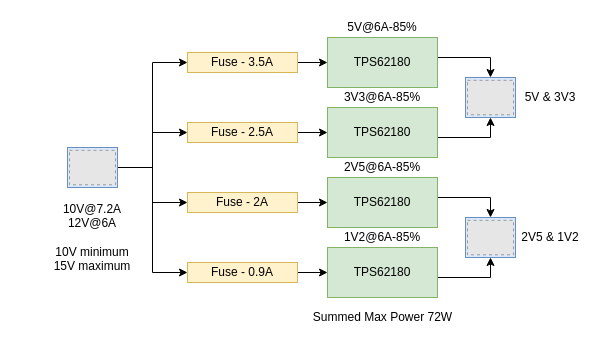
Above: Docs/blockdiagram.drawio in silardg/PowerModule (draw.io), before the change. Source tidied: cells renumbered, new cells numbered last; positions are measured from the earlier drawing's top-left corner, leaving out a move shared by most shapes. Both pictures are drawn from the tidied source at 100%, with x=0, y=0 at pixel (47, 17). Pictures stored in the file or linked from it are replaced by grey dashed boxes.
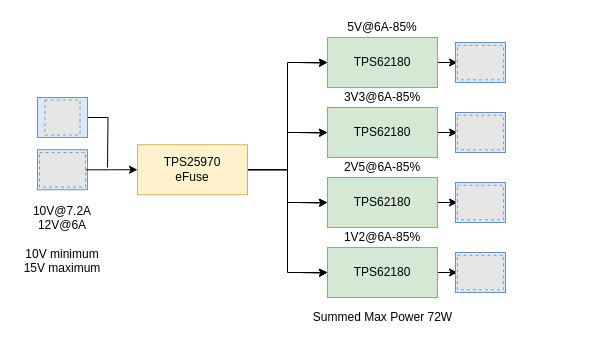
The same diagram, later.

Unchanged cells that the change refers to:
```xml
<mxCell id="3" value="TPS62180" style="rounded=0;whiteSpace=wrap;html=1;fillColor=#d5e8d4;strokeColor=#82b366;" parent="1" vertex="1">
  <mxGeometry x="280" y="20" width="110" height="50" as="geometry" />
</mxCell>
<mxCell id="8" value="TPS62180" style="rounded=0;whiteSpace=wrap;html=1;fillColor=#d5e8d4;strokeColor=#82b366;" parent="1" vertex="1">
  <mxGeometry x="280" y="90" width="110" height="50" as="geometry" />
</mxCell>
<mxCell id="13" value="TPS62180" style="rounded=0;whiteSpace=wrap;html=1;fillColor=#d5e8d4;strokeColor=#82b366;" parent="1" vertex="1">
  <mxGeometry x="280" y="160" width="110" height="50" as="geometry" />
</mxCell>
<mxCell id="18" value="TPS62180" style="rounded=0;whiteSpace=wrap;html=1;fillColor=#d5e8d4;strokeColor=#82b366;" parent="1" vertex="1">
  <mxGeometry x="280" y="230" width="110" height="50" as="geometry" />
</mxCell>
```

The edit, as a diff of the source:
```diff
@@
-    <mxCell id="2" style="edgeStyle=orthogonalEdgeStyle;rounded=0;jettySize=auto;html=1;exitX=1;exitY=0.5;exitDx=0;exitDy=0;entryX=0.5;entryY=0;entryDx=0;entryDy=0;" parent="1" edge="1" source="3" target="22">
-      <mxGeometry relative="1" as="geometry">
-        <Array as="points">
-          <mxPoint x="390" y="40" />
-          <mxPoint x="443" y="40" />
-        </Array>
-      </mxGeometry>
-    </mxCell>
+    <mxCell id="36" style="edgeStyle=orthogonalEdgeStyle;rounded=0;jettySize=auto;html=1;" parent="1" edge="1" source="3" target="23">
+      <mxGeometry relative="1" as="geometry" />
+    </mxCell>
@@
-    <mxCell id="4" style="edgeStyle=orthogonalEdgeStyle;rounded=0;jettySize=auto;html=1;" parent="1" edge="1" source="5" target="3">
-      <mxGeometry relative="1" as="geometry" />
+    <mxCell id="4" style="edgeStyle=orthogonalEdgeStyle;rounded=0;jettySize=auto;html=1;" parent="1" edge="1" target="3">
+      <mxGeometry relative="1" as="geometry">
+        <mxPoint x="250" y="45" as="sourcePoint" />
+      </mxGeometry>
     </mxCell>
-    <mxCell id="5" value="Fuse - 3.5A" style="rounded=0;whiteSpace=wrap;html=1;fillColor=#fff2cc;strokeColor=#d6b656;" parent="1" vertex="1">
-      <mxGeometry x="140" y="35" width="110" height="20" as="geometry" />
-    </mxCell>
@@
-    <mxCell id="7" style="edgeStyle=orthogonalEdgeStyle;rounded=0;jettySize=auto;html=1;exitX=1;exitY=0.5;exitDx=0;exitDy=0;entryX=0.5;entryY=1;entryDx=0;entryDy=0;" parent="1" edge="1" source="8" target="22">
-      <mxGeometry relative="1" as="geometry">
-        <Array as="points">
-          <mxPoint x="390" y="120" />
-          <mxPoint x="443" y="120" />
-        </Array>
-      </mxGeometry>
-    </mxCell>
+    <mxCell id="37" style="edgeStyle=orthogonalEdgeStyle;rounded=0;jettySize=auto;html=1;" parent="1" edge="1" source="8" target="42">
+      <mxGeometry relative="1" as="geometry" />
+    </mxCell>
@@
-    <mxCell id="9" style="edgeStyle=orthogonalEdgeStyle;rounded=0;jettySize=auto;html=1;" parent="1" edge="1" source="10" target="8">
-      <mxGeometry relative="1" as="geometry" />
+    <mxCell id="9" style="edgeStyle=orthogonalEdgeStyle;rounded=0;jettySize=auto;html=1;" parent="1" edge="1" target="8">
+      <mxGeometry relative="1" as="geometry">
+        <mxPoint x="250" y="115" as="sourcePoint" />
+      </mxGeometry>
     </mxCell>
-    <mxCell id="10" value="Fuse - 2.5A" style="rounded=0;whiteSpace=wrap;html=1;fillColor=#fff2cc;strokeColor=#d6b656;" parent="1" vertex="1">
-      <mxGeometry x="140" y="105" width="110" height="20" as="geometry" />
-    </mxCell>
@@
-    <mxCell id="12" style="edgeStyle=orthogonalEdgeStyle;rounded=0;jettySize=auto;html=1;exitX=1;exitY=0.5;exitDx=0;exitDy=0;entryX=0.5;entryY=0;entryDx=0;entryDy=0;" parent="1" edge="1" source="13" target="24">
-      <mxGeometry relative="1" as="geometry">
-        <Array as="points">
-          <mxPoint x="390" y="180" />
-          <mxPoint x="443" y="180" />
-        </Array>
-      </mxGeometry>
-    </mxCell>
+    <mxCell id="38" style="edgeStyle=orthogonalEdgeStyle;rounded=0;jettySize=auto;html=1;" parent="1" edge="1" source="13" target="44">
+      <mxGeometry relative="1" as="geometry" />
+    </mxCell>
@@
-    <mxCell id="14" style="edgeStyle=orthogonalEdgeStyle;rounded=0;jettySize=auto;html=1;" parent="1" edge="1" source="15" target="13">
-      <mxGeometry relative="1" as="geometry" />
+    <mxCell id="14" style="edgeStyle=orthogonalEdgeStyle;rounded=0;jettySize=auto;html=1;" parent="1" edge="1" target="13">
+      <mxGeometry relative="1" as="geometry">
+        <mxPoint x="250" y="185" as="sourcePoint" />
+      </mxGeometry>
     </mxCell>
-    <mxCell id="15" value="Fuse - 2A" style="rounded=0;whiteSpace=wrap;html=1;fillColor=#fff2cc;strokeColor=#d6b656;" parent="1" vertex="1">
-      <mxGeometry x="140" y="175" width="110" height="20" as="geometry" />
-    </mxCell>
@@
-    <mxCell id="17" style="edgeStyle=orthogonalEdgeStyle;rounded=0;jettySize=auto;html=1;exitX=1;exitY=0.5;exitDx=0;exitDy=0;entryX=0.5;entryY=1;entryDx=0;entryDy=0;" parent="1" edge="1" source="18" target="24">
-      <mxGeometry relative="1" as="geometry">
-        <Array as="points">
-          <mxPoint x="390" y="260" />
-          <mxPoint x="443" y="260" />
-        </Array>
-      </mxGeometry>
-    </mxCell>
+    <mxCell id="39" style="edgeStyle=orthogonalEdgeStyle;rounded=0;jettySize=auto;html=1;" parent="1" edge="1" source="18" target="46">
+      <mxGeometry relative="1" as="geometry" />
+    </mxCell>
@@
-    <mxCell id="19" style="edgeStyle=orthogonalEdgeStyle;rounded=0;jettySize=auto;html=1;" parent="1" edge="1" source="20" target="18">
-      <mxGeometry relative="1" as="geometry" />
+    <mxCell id="19" style="edgeStyle=orthogonalEdgeStyle;rounded=0;jettySize=auto;html=1;" parent="1" edge="1" target="18">
+      <mxGeometry relative="1" as="geometry">
+        <mxPoint x="250" y="255" as="sourcePoint" />
+      </mxGeometry>
     </mxCell>
-    <mxCell id="20" value="Fuse - 0.9A" style="rounded=0;whiteSpace=wrap;html=1;fillColor=#fff2cc;strokeColor=#d6b656;" parent="1" vertex="1">
-      <mxGeometry x="140" y="245" width="110" height="20" as="geometry" />
-    </mxCell>
@@
     <mxCell id="22" style="rounded=0;whiteSpace=wrap;html=1;fillColor=#dae8fc;strokeColor=#6c8ebf;" parent="1" vertex="1">
-      <mxGeometry x="418" y="60" width="50" height="40" as="geometry" />
+      <mxGeometry x="408" y="25" width="50" height="40" as="geometry" />
     </mxCell>
     <mxCell id="23" style="fillColor=#E6E6E6;strokeColor=#999999;dashed=1;verticalLabelPosition=bottom;labelBackgroundColor=default;verticalAlign=top;" parent="1" vertex="1">
-      <mxGeometry x="420" y="62.8" width="46" height="34.5" as="geometry" />
+      <mxGeometry x="410" y="27.8" width="46" height="34.5" as="geometry" />
     </mxCell>
-    <mxCell id="24" style="rounded=0;whiteSpace=wrap;html=1;fillColor=#dae8fc;strokeColor=#6c8ebf;" parent="1" vertex="1">
-      <mxGeometry x="418" y="200" width="50" height="40" as="geometry" />
-    </mxCell>
-    <mxCell id="25" style="fillColor=#E6E6E6;strokeColor=#999999;dashed=1;verticalLabelPosition=bottom;labelBackgroundColor=default;verticalAlign=top;" parent="1" vertex="1">
-      <mxGeometry x="420" y="202.8" width="46" height="34.5" as="geometry" />
-    </mxCell>
@@
     <mxCell id="27" value="10V@7.2A&lt;br&gt;12V@6A&lt;br&gt;&lt;br&gt;10V minimum&lt;br style=&quot;border-color: var(--border-color);&quot;&gt;15V maximum" style="text;html=1;strokeColor=none;fillColor=none;align=center;verticalAlign=middle;whiteSpace=wrap;rounded=0;" parent="1" vertex="1">
-      <mxGeometry y="180.5" width="90" height="79" as="geometry" />
+      <mxGeometry x="-30" y="182.8" width="90" height="79" as="geometry" />
     </mxCell>
-    <mxCell id="28" style="edgeStyle=orthogonalEdgeStyle;rounded=0;jettySize=auto;html=1;exitX=1;exitY=0.5;exitDx=0;exitDy=0;entryX=0;entryY=0.5;entryDx=0;entryDy=0;" parent="1" edge="1" source="32" target="5">
-      <mxGeometry relative="1" as="geometry" />
-    </mxCell>
-    <mxCell id="29" style="edgeStyle=orthogonalEdgeStyle;rounded=0;jettySize=auto;html=1;exitX=1;exitY=0.5;exitDx=0;exitDy=0;entryX=0;entryY=0.5;entryDx=0;entryDy=0;" parent="1" edge="1" source="32" target="10">
-      <mxGeometry relative="1" as="geometry" />
-    </mxCell>
-    <mxCell id="30" style="edgeStyle=orthogonalEdgeStyle;rounded=0;jettySize=auto;html=1;exitX=1;exitY=0.5;exitDx=0;exitDy=0;entryX=0;entryY=0.5;entryDx=0;entryDy=0;" parent="1" edge="1" source="32" target="15">
-      <mxGeometry relative="1" as="geometry" />
-    </mxCell>
-    <mxCell id="31" style="edgeStyle=orthogonalEdgeStyle;rounded=0;jettySize=auto;html=1;exitX=1;exitY=0.5;exitDx=0;exitDy=0;entryX=0;entryY=0.5;entryDx=0;entryDy=0;" parent="1" edge="1" source="32" target="20">
-      <mxGeometry relative="1" as="geometry" />
-    </mxCell>
     <mxCell id="32" style="rounded=0;whiteSpace=wrap;html=1;fillColor=#dae8fc;strokeColor=#6c8ebf;" parent="1" vertex="1">
-      <mxGeometry x="20" y="130" width="50" height="40" as="geometry" />
+      <mxGeometry x="-10" y="132.2" width="50" height="40" as="geometry" />
     </mxCell>
+    <mxCell id="40" style="edgeStyle=orthogonalEdgeStyle;rounded=0;jettySize=auto;html=1;" parent="1" edge="1" source="33" target="54">
+      <mxGeometry relative="1" as="geometry" />
+    </mxCell>
     <mxCell id="33" style="fillColor=#E6E6E6;strokeColor=#999999;dashed=1;verticalLabelPosition=bottom;labelBackgroundColor=default;verticalAlign=top;" parent="1" vertex="1">
-      <mxGeometry x="22" y="132.8" width="46" height="34.5" as="geometry" />
+      <mxGeometry x="-8" y="135" width="46" height="34.5" as="geometry" />
     </mxCell>
-    <mxCell id="34" value="5V &amp;amp; 3V3" style="text;html=1;strokeColor=none;fillColor=none;align=center;verticalAlign=middle;whiteSpace=wrap;rounded=0;" parent="1" vertex="1">
-      <mxGeometry x="468" y="70" width="70" height="20" as="geometry" />
-    </mxCell>
-    <mxCell id="35" value="2V5 &amp;amp; 1V2" style="text;html=1;strokeColor=none;fillColor=none;align=center;verticalAlign=middle;whiteSpace=wrap;rounded=0;" parent="1" vertex="1">
-      <mxGeometry x="468" y="210" width="70" height="20" as="geometry" />
-    </mxCell>
+    <mxCell id="41" style="rounded=0;whiteSpace=wrap;html=1;fillColor=#dae8fc;strokeColor=#6c8ebf;" parent="1" vertex="1">
+      <mxGeometry x="408" y="95" width="50" height="40" as="geometry" />
+    </mxCell>
+    <mxCell id="42" style="fillColor=#E6E6E6;strokeColor=#999999;dashed=1;verticalLabelPosition=bottom;labelBackgroundColor=default;verticalAlign=top;" parent="1" vertex="1">
+      <mxGeometry x="410" y="97.8" width="46" height="34.5" as="geometry" />
+    </mxCell>
+    <mxCell id="43" style="rounded=0;whiteSpace=wrap;html=1;fillColor=#dae8fc;strokeColor=#6c8ebf;" parent="1" vertex="1">
+      <mxGeometry x="408" y="165" width="50" height="40" as="geometry" />
+    </mxCell>
+    <mxCell id="44" style="fillColor=#E6E6E6;strokeColor=#999999;dashed=1;verticalLabelPosition=bottom;labelBackgroundColor=default;verticalAlign=top;" parent="1" vertex="1">
+      <mxGeometry x="410" y="167.8" width="46" height="34.5" as="geometry" />
+    </mxCell>
+    <mxCell id="45" style="rounded=0;whiteSpace=wrap;html=1;fillColor=#dae8fc;strokeColor=#6c8ebf;" parent="1" vertex="1">
+      <mxGeometry x="408" y="235" width="50" height="40" as="geometry" />
+    </mxCell>
+    <mxCell id="46" style="fillColor=#E6E6E6;strokeColor=#999999;dashed=1;verticalLabelPosition=bottom;labelBackgroundColor=default;verticalAlign=top;" parent="1" vertex="1">
+      <mxGeometry x="410" y="237.8" width="46" height="34.5" as="geometry" />
+    </mxCell>
+    <mxCell id="47" style="edgeStyle=orthogonalEdgeStyle;rounded=0;jettySize=auto;html=1;exitX=1;exitY=0.5;exitDx=0;exitDy=0;endArrow=none;endFill=0;" parent="1" edge="1" source="48">
+      <mxGeometry relative="1" as="geometry">
+        <mxPoint x="60" y="150" as="targetPoint" />
+      </mxGeometry>
+    </mxCell>
+    <mxCell id="48" style="rounded=0;whiteSpace=wrap;html=1;fillColor=#dae8fc;strokeColor=#6c8ebf;" parent="1" vertex="1">
+      <mxGeometry x="-10" y="80" width="50" height="40" as="geometry" />
+    </mxCell>
+    <mxCell id="49" style="fillColor=#E6E6E6;strokeColor=#999999;dashed=1;verticalLabelPosition=bottom;labelBackgroundColor=default;verticalAlign=top;" parent="1" vertex="1">
+      <mxGeometry x="-2.6" y="82.6" width="35.1" height="34.9" as="geometry" />
+    </mxCell>
+    <mxCell id="50" style="edgeStyle=orthogonalEdgeStyle;rounded=0;jettySize=auto;html=1;exitX=1;exitY=0.5;exitDx=0;exitDy=0;entryX=0;entryY=0.5;entryDx=0;entryDy=0;" parent="1" edge="1" source="54" target="3">
+      <mxGeometry relative="1" as="geometry" />
+    </mxCell>
+    <mxCell id="51" style="edgeStyle=orthogonalEdgeStyle;rounded=0;jettySize=auto;html=1;exitX=1;exitY=0.5;exitDx=0;exitDy=0;entryX=0;entryY=0.5;entryDx=0;entryDy=0;" parent="1" edge="1" source="54" target="8">
+      <mxGeometry relative="1" as="geometry" />
+    </mxCell>
+    <mxCell id="52" style="edgeStyle=orthogonalEdgeStyle;rounded=0;jettySize=auto;html=1;exitX=1;exitY=0.5;exitDx=0;exitDy=0;entryX=0;entryY=0.5;entryDx=0;entryDy=0;" parent="1" edge="1" source="54" target="13">
+      <mxGeometry relative="1" as="geometry" />
+    </mxCell>
+    <mxCell id="53" style="edgeStyle=orthogonalEdgeStyle;rounded=0;jettySize=auto;html=1;exitX=1;exitY=0.5;exitDx=0;exitDy=0;entryX=0;entryY=0.5;entryDx=0;entryDy=0;" parent="1" edge="1" source="54" target="18">
+      <mxGeometry relative="1" as="geometry" />
+    </mxCell>
+    <mxCell id="54" value="TPS25970&lt;br&gt;eFuse" style="rounded=0;whiteSpace=wrap;html=1;fillColor=#fff2cc;strokeColor=#d6b656;" parent="1" vertex="1">
+      <mxGeometry x="90" y="127.2" width="110" height="50" as="geometry" />
+    </mxCell>
```
